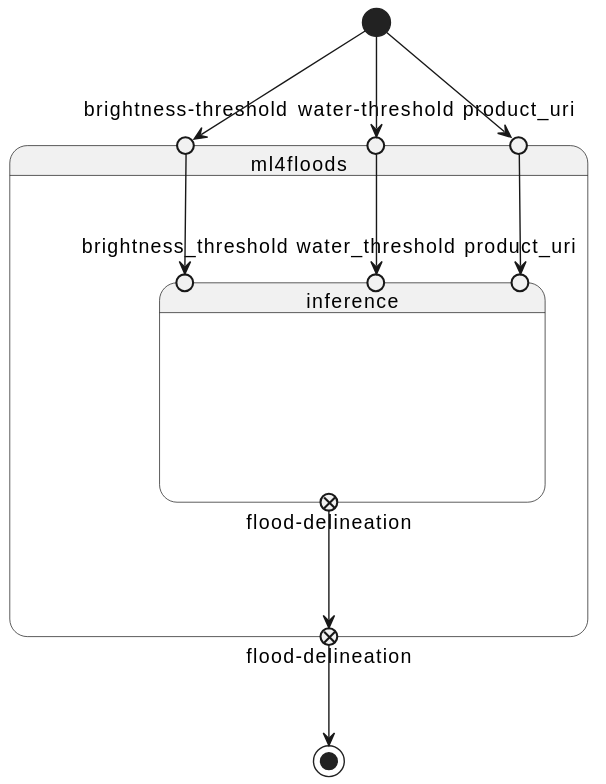
The PlantUML diagram docs/ml4floods/state.svg in eoap/app-ml4floods, before a commit.
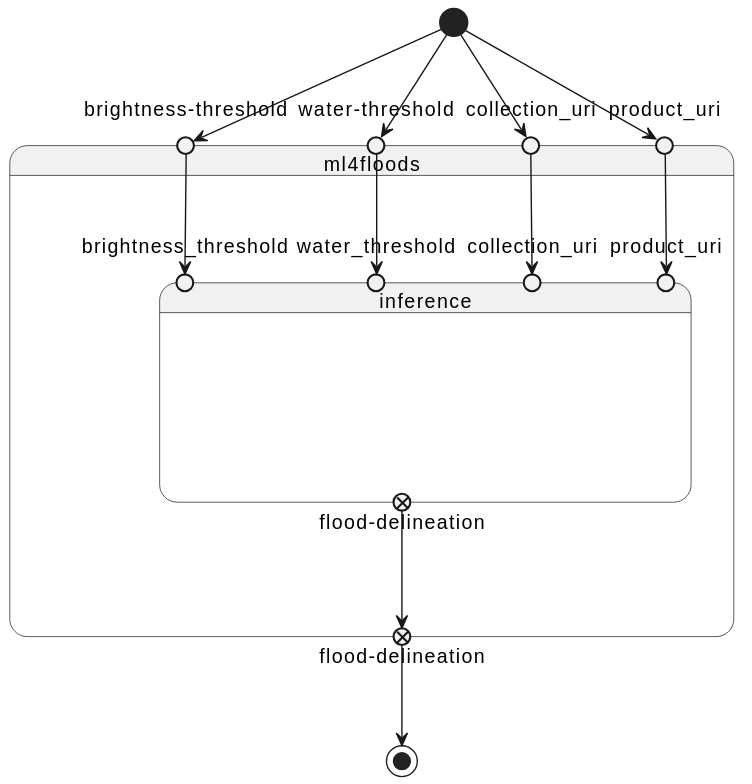
After the commit.

Commit message:
adds collection uri

Diff of the diagram source:
```diff
@@ -10,9 +10,13 @@
 
     state "product_uri" as ml4floods_product_uri <<entryPoint>>
 
+    state "collection_uri" as ml4floods_collection_uri <<entryPoint>>
+
     state "water-threshold" as ml4floods_water_threshold <<entryPoint>>
 
     state "brightness-threshold" as ml4floods_brightness_threshold <<entryPoint>>
+
+
 
 
 
@@ -32,19 +36,33 @@
         state "product_uri" as inference_product_uri <<entryPoint>>
 
 
+
         ml4floods_product_uri --> inference_product_uri
+
+
+
+        state "collection_uri" as inference_collection_uri <<entryPoint>>
+
+
+
+        ml4floods_collection_uri --> inference_collection_uri
+
 
 
         state "water_threshold" as inference_water_threshold <<entryPoint>>
 
 
+
         ml4floods_water_threshold --> inference_water_threshold
+
 
 
         state "brightness_threshold" as inference_brightness_threshold <<entryPoint>>
 
 
+
         ml4floods_brightness_threshold --> inference_brightness_threshold
+
 
 
 
@@ -66,6 +84,8 @@
 
 [*] --> ml4floods_product_uri
 
+[*] --> ml4floods_collection_uri
+
 [*] --> ml4floods_water_threshold
 
 [*] --> ml4floods_brightness_threshold
```
